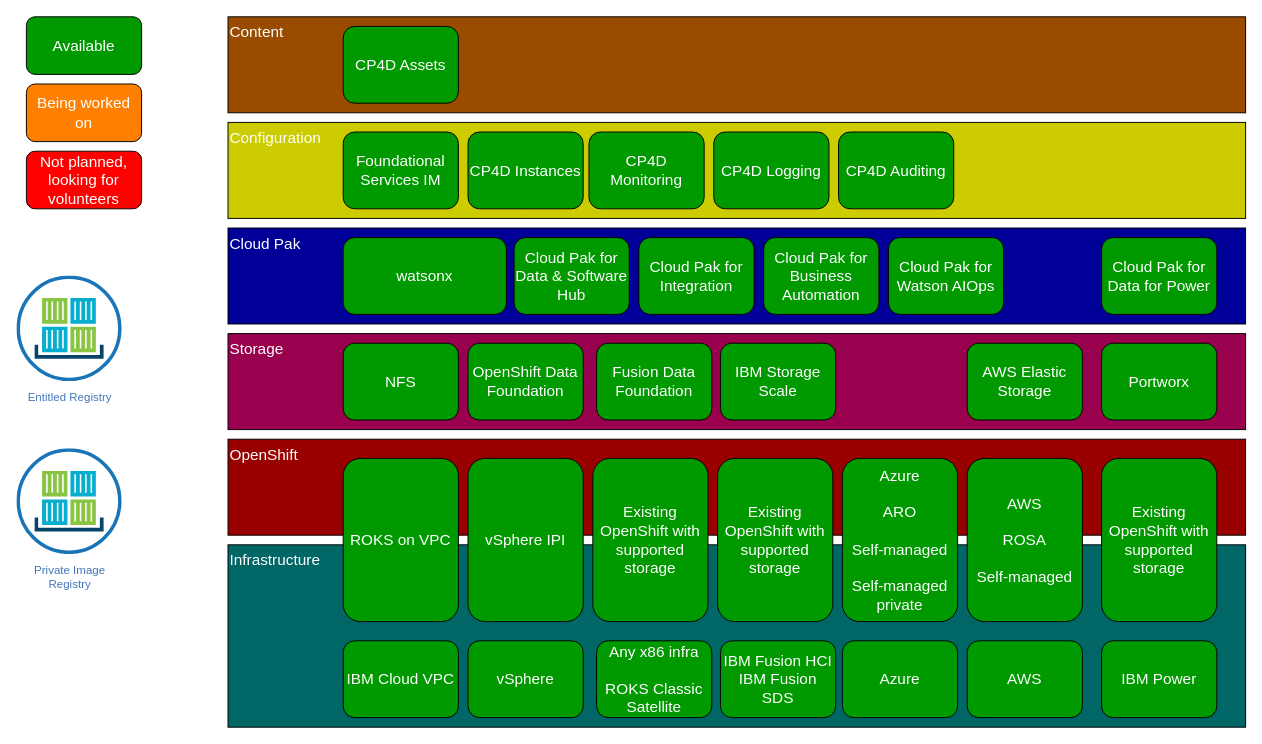
Before: docs/src/01-introduction/images/cp-deploy-current-state.drawio in CloudPakDeployerDev/cloud-pak-deployer-dev, a draw.io diagram. Source tidied: cells renumbered, new cells numbered last; positions are measured from the earlier drawing's top-left corner, leaving out a move shared by most shapes. Both pictures are drawn from the tidied source at 96%, with x=0, y=0 at pixel (16, 16).
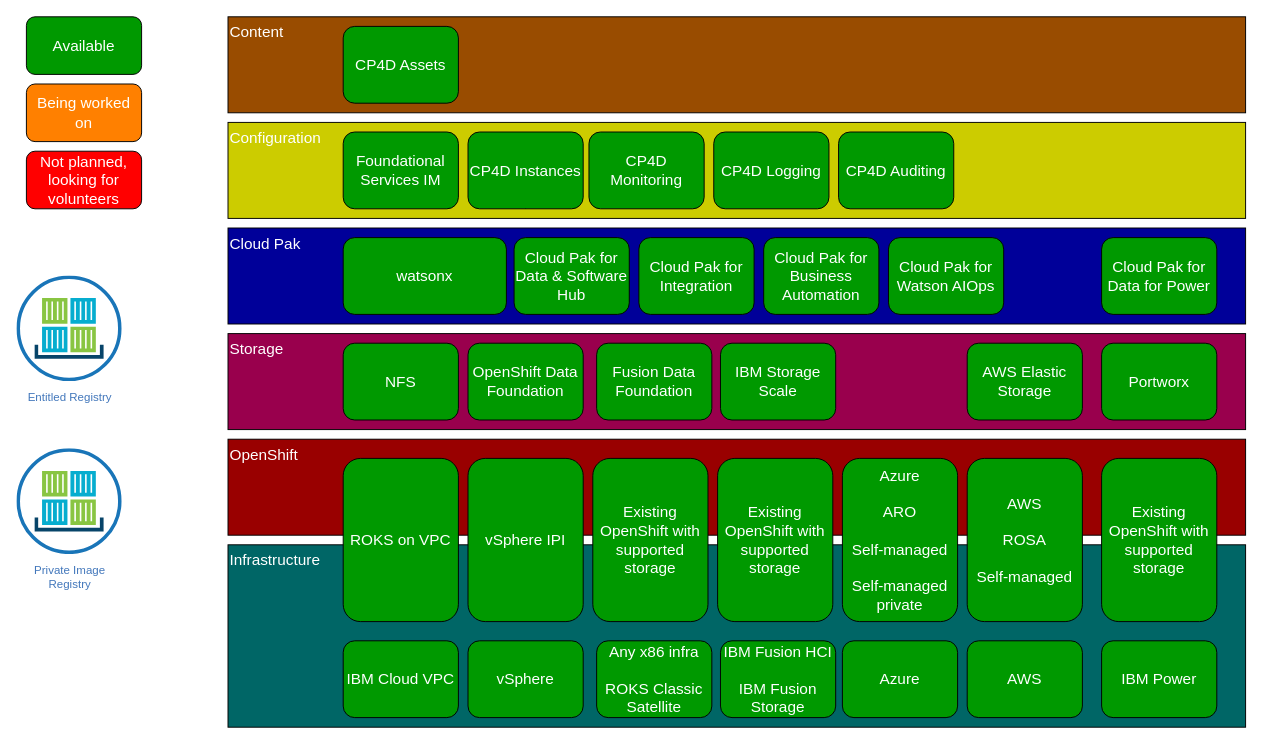
The same diagram, later.

Commit message (it also covers changes not shown here):
#913 Change Fusion SDS to Fusion Storage

The edit, as a diff of the source:
```diff
@@
-    <mxCell id="19" value="IBM Fusion HCI&lt;div&gt;IBM Fusion SDS&lt;/div&gt;" style="rounded=1;whiteSpace=wrap;html=1;fontSize=16;fontColor=#FFFFFF;fillColor=#009900;align=center;verticalAlign=middle;" parent="14" vertex="1">
+    <mxCell id="19" value="IBM Fusion HCI&lt;div&gt;&lt;br&gt;&lt;div&gt;IBM Fusion Storage&lt;/div&gt;&lt;/div&gt;" style="rounded=1;whiteSpace=wrap;html=1;fontSize=16;fontColor=#FFFFFF;fillColor=#009900;align=center;verticalAlign=middle;" parent="14" vertex="1">
       <mxGeometry x="733" y="650" width="120" height="80" as="geometry" />
     </mxCell>
```
